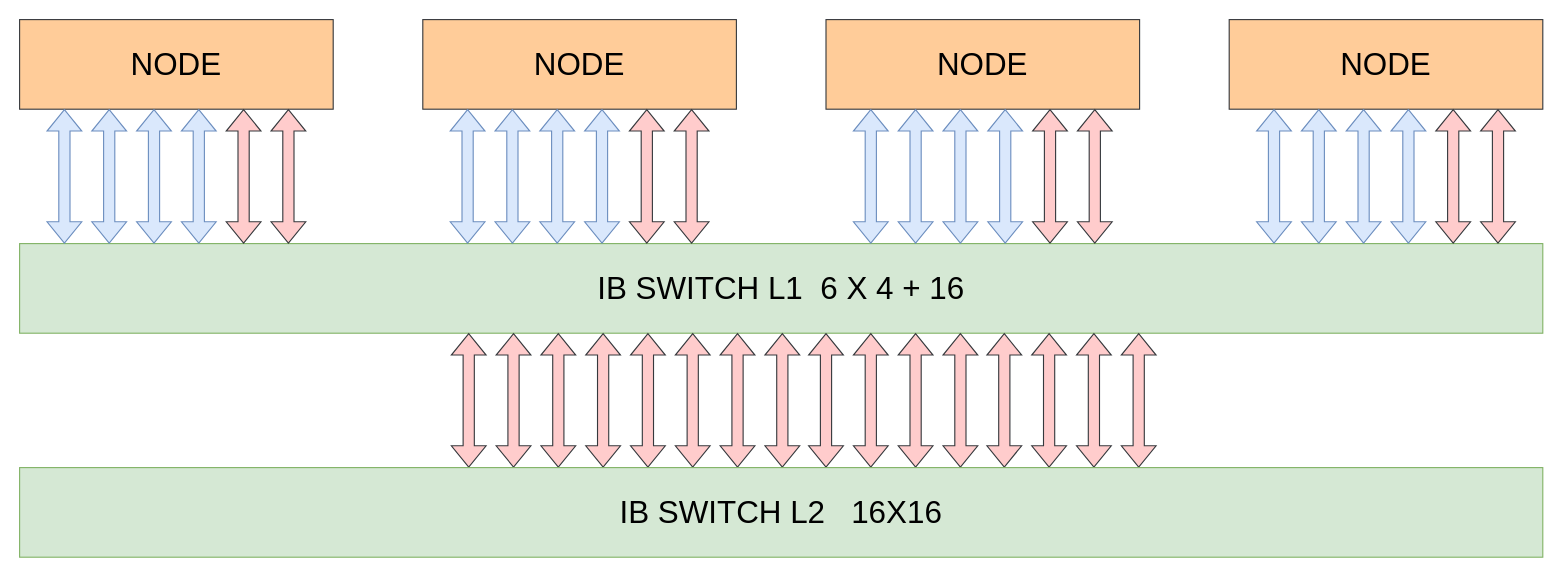
BEYHHH/SBLP keeps this draw.io diagram as SuperNodeNet.drawio. Above is the earlier version. Source tidied: cells renumbered, new cells numbered last; positions are measured from the earlier drawing's top-left corner, leaving out a move shared by most shapes. Both pictures are drawn from the tidied source at 112%, with x=0, y=0 at pixel (19, 19).
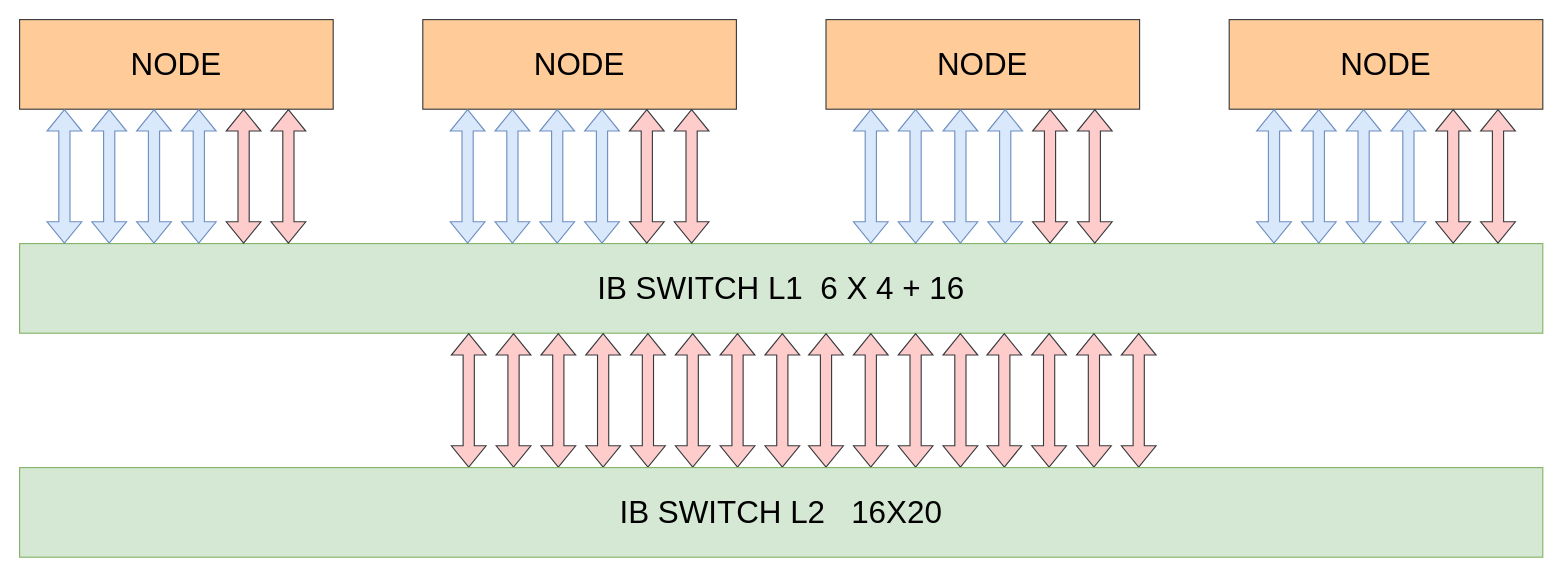
Above is the later version.

The edit, as a diff of the source:
```diff
@@
-    <mxCell id="47" value="&lt;font style=&quot;font-size: 28px;&quot;&gt;IB SWITCH L2&amp;nbsp; &amp;nbsp;16X16&lt;/font&gt;" style="rounded=0;whiteSpace=wrap;html=1;fillColor=#d5e8d4;strokeColor=#82b366;" parent="1" vertex="1">
+    <mxCell id="47" value="&lt;font style=&quot;font-size: 28px;&quot;&gt;IB SWITCH L2&amp;nbsp; &amp;nbsp;16X20&lt;/font&gt;" style="rounded=0;whiteSpace=wrap;html=1;fillColor=#d5e8d4;strokeColor=#82b366;" parent="1" vertex="1">
       <mxGeometry y="400" width="1360" height="80" as="geometry" />
     </mxCell>
```
